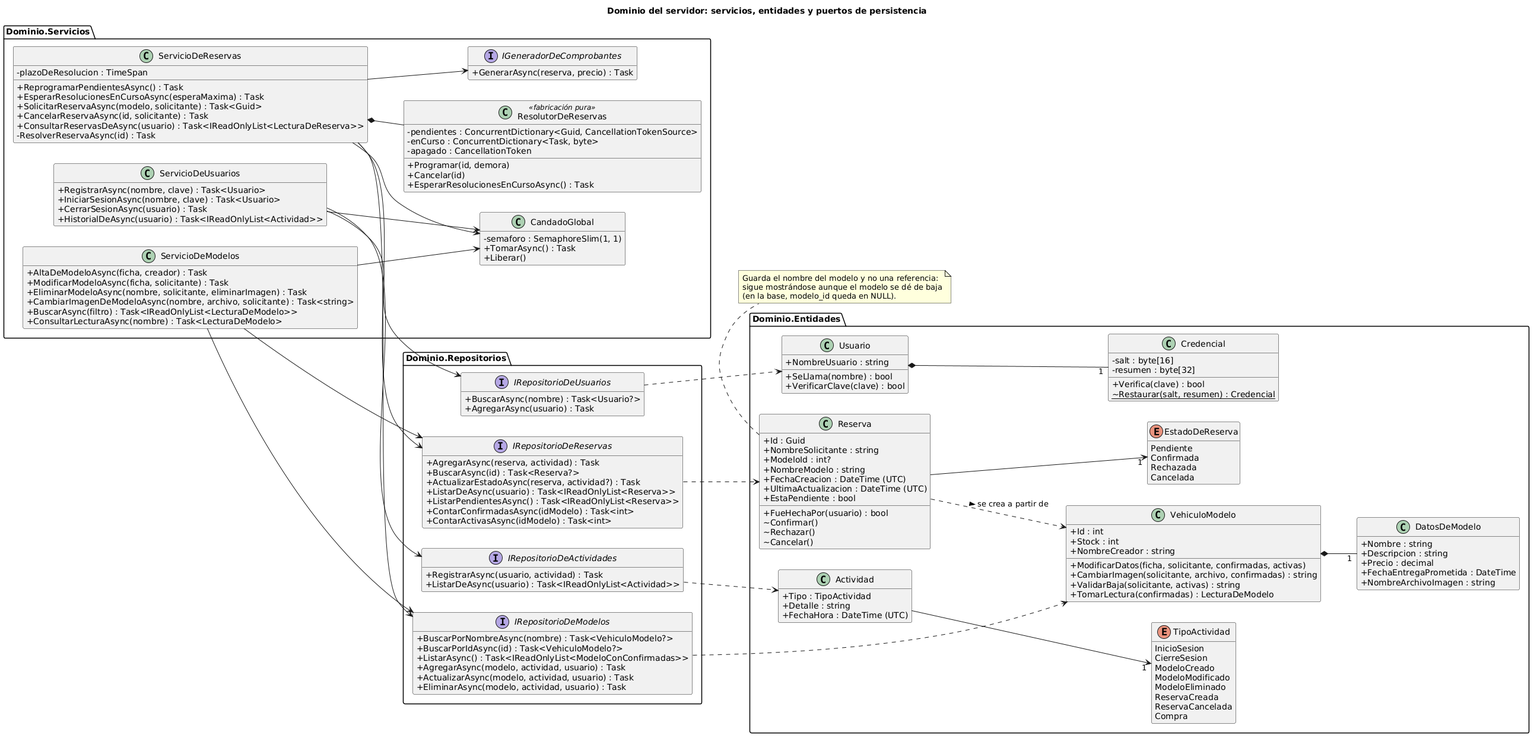
Seba0512/EDISON keeps this PlantUML diagram as docs/uml/clases-dominio.png. Above is the earlier version.
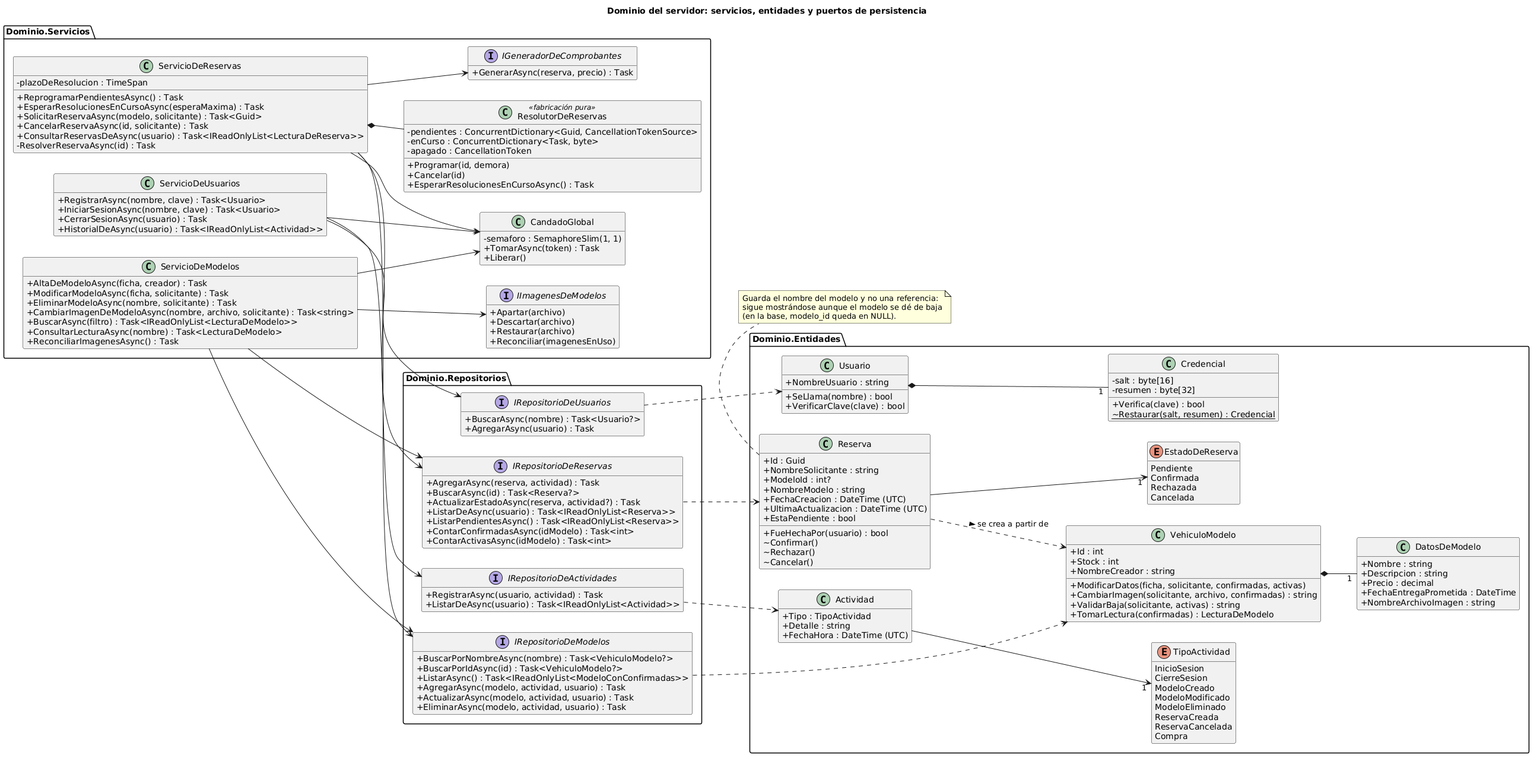
The same diagram one commit later.

Change to the diagram source:
```diff
@@ -16,10 +16,11 @@
   class ServicioDeModelos {
     +AltaDeModeloAsync(ficha, creador) : Task
     +ModificarModeloAsync(ficha, solicitante) : Task
-    +EliminarModeloAsync(nombre, solicitante, eliminarImagen) : Task
+    +EliminarModeloAsync(nombre, solicitante) : Task
     +CambiarImagenDeModeloAsync(nombre, archivo, solicitante) : Task<string>
     +BuscarAsync(filtro) : Task<IReadOnlyList<LecturaDeModelo>>
     +ConsultarLecturaAsync(nombre) : Task<LecturaDeModelo>
+    +ReconciliarImagenesAsync() : Task
   }
   class ServicioDeReservas {
     -plazoDeResolucion : TimeSpan
@@ -40,11 +41,17 @@
   }
   class CandadoGlobal {
     -semaforo : SemaphoreSlim(1, 1)
-    +TomarAsync() : Task
+    +TomarAsync(token) : Task
     +Liberar()
   }
   interface IGeneradorDeComprobantes {
     +GenerarAsync(reserva, precio) : Task
+  }
+  interface IImagenesDeModelos {
+    +Apartar(archivo)
+    +Descartar(archivo)
+    +Restaurar(archivo)
+    +Reconciliar(imagenesEnUso)
   }
 }
 
@@ -146,6 +153,7 @@
 ServicioDeModelos --> IRepositorioDeModelos
 ServicioDeModelos --> IRepositorioDeReservas
 ServicioDeModelos --> CandadoGlobal
+ServicioDeModelos --> IImagenesDeModelos
 ServicioDeReservas --> IRepositorioDeReservas
 ServicioDeReservas --> IRepositorioDeModelos
 ServicioDeReservas --> CandadoGlobal
```
